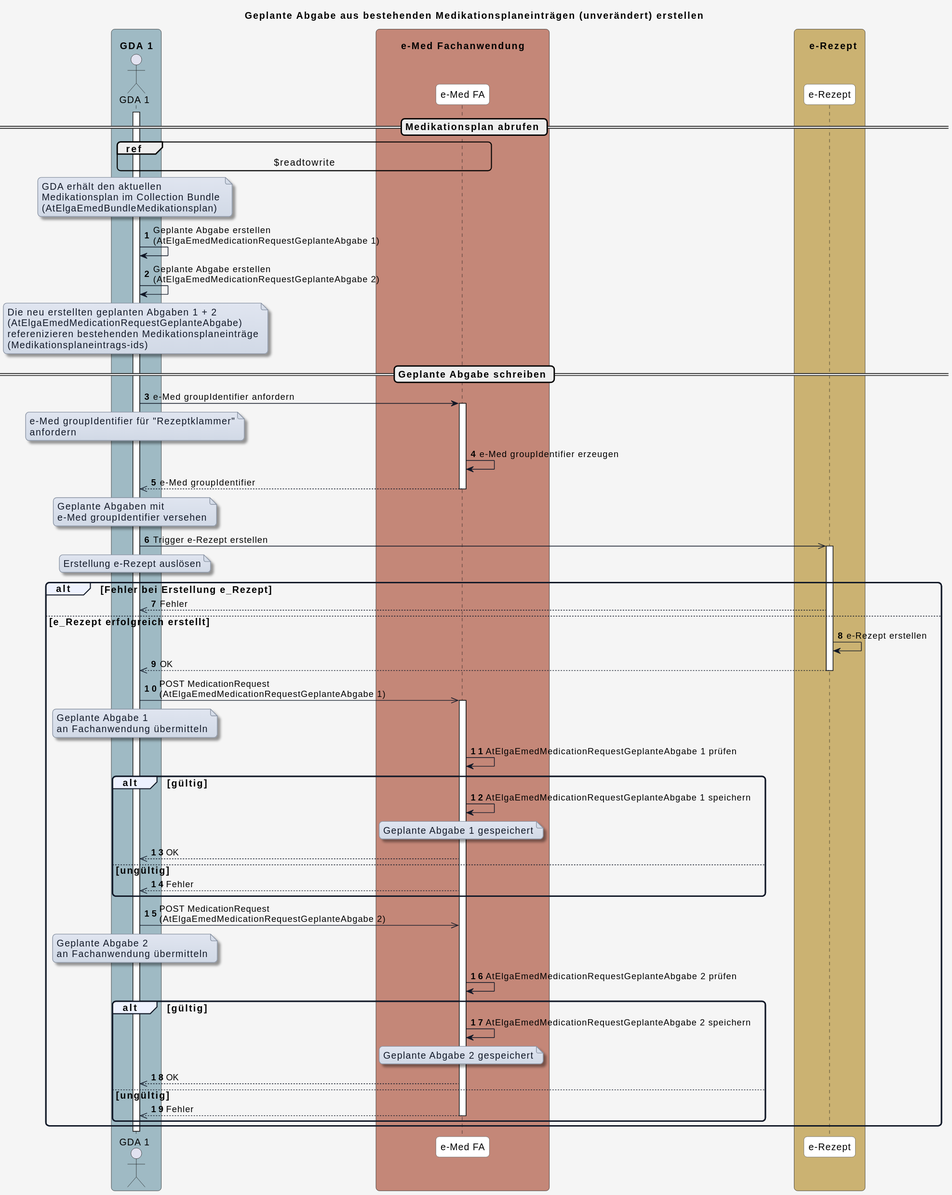
Earlier version of the PlantUML export input/images/plantuml/UC_eMed_08_01.svg (HL7Austria/ELGA-e-Medikation-R4).
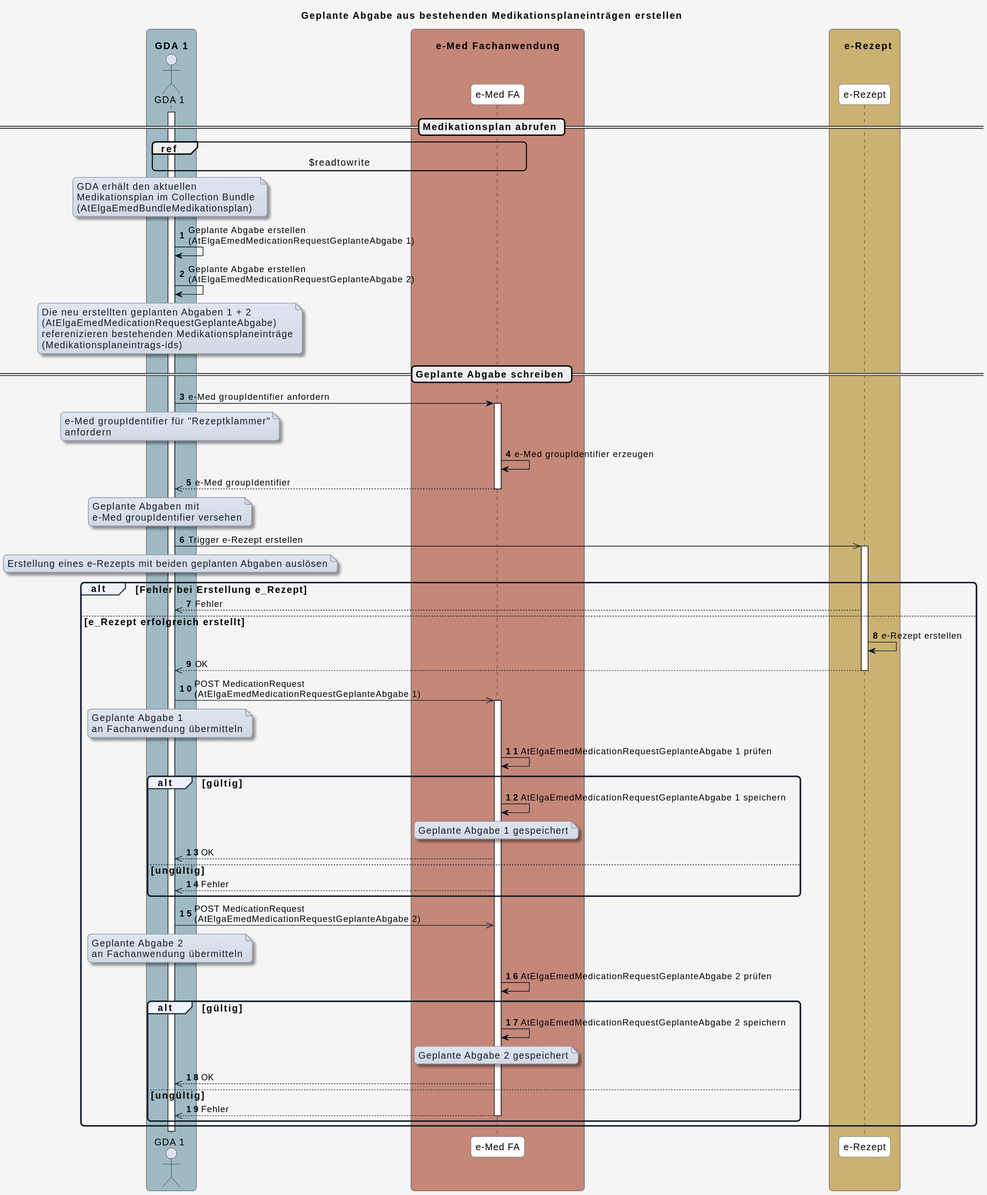
The same file after the commit.

The edit, as a diff of the source:
```diff
@@ -1,5 +1,5 @@
 @startuml
-title Geplante Abgabe aus bestehenden Medikationsplaneinträgen (unverändert) erstellen
+title Geplante Abgabe aus bestehenden Medikationsplaneinträgen erstellen
 
 skinparam borderColor #000000
 skinparam backgroundColor #f5f5f5
@@ -96,7 +96,7 @@
 
 GDA_1 ->> e_Rezept: Trigger e-Rezept erstellen
 note over GDA_1
-Erstellung e-Rezept auslösen
+Erstellung eines e-Rezepts mit beiden geplanten Abgaben auslösen
 end note
 activate e_Rezept
 
```
